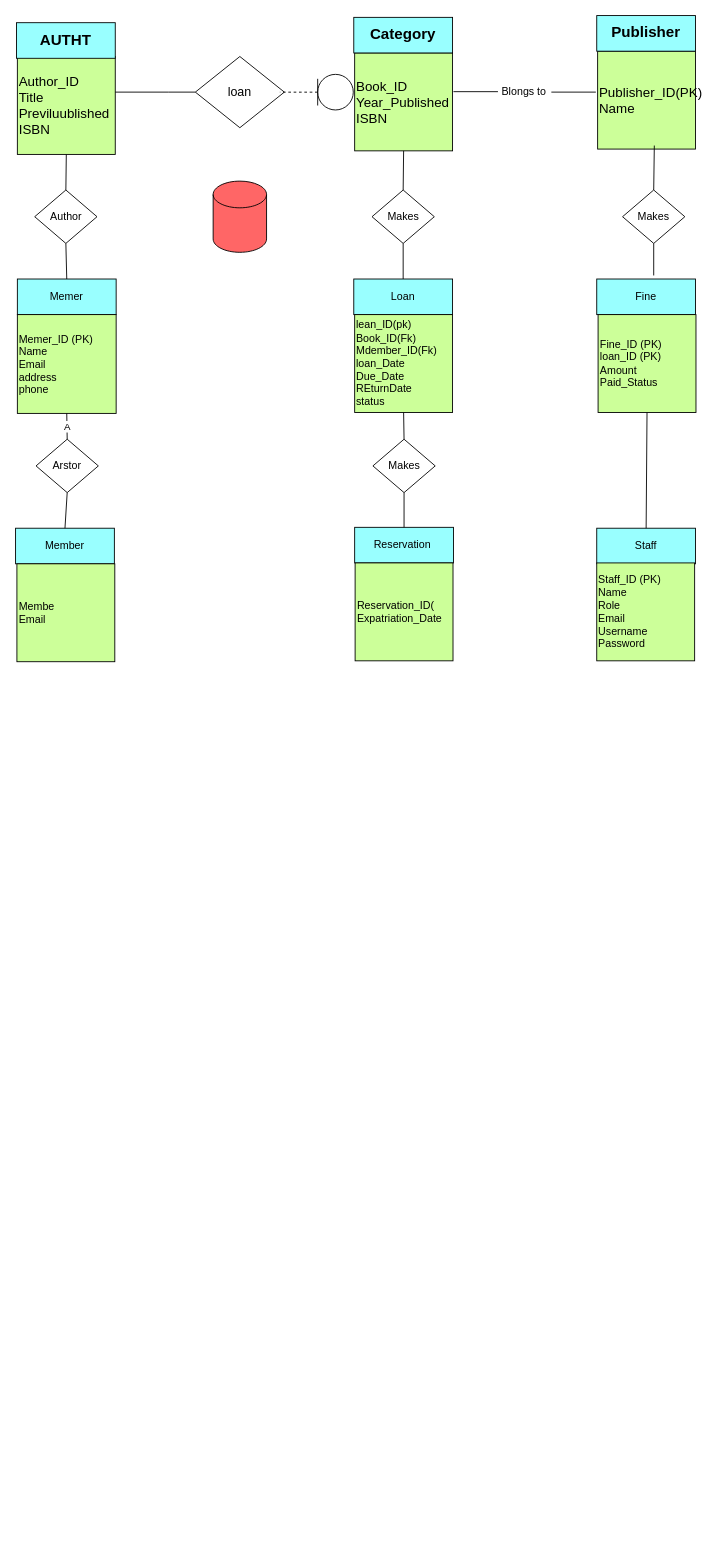
Earlier version of the draw.io diagram ER_Diagram-for-libarary-management-System.drawio (hussaini021/Library_management). Source tidied: cells renumbered, new cells numbered last; positions are measured from the earlier drawing's top-left corner, leaving out a move shared by most shapes. Both pictures are drawn from the tidied source at 89%, with x=0, y=0 at pixel (15, 15).
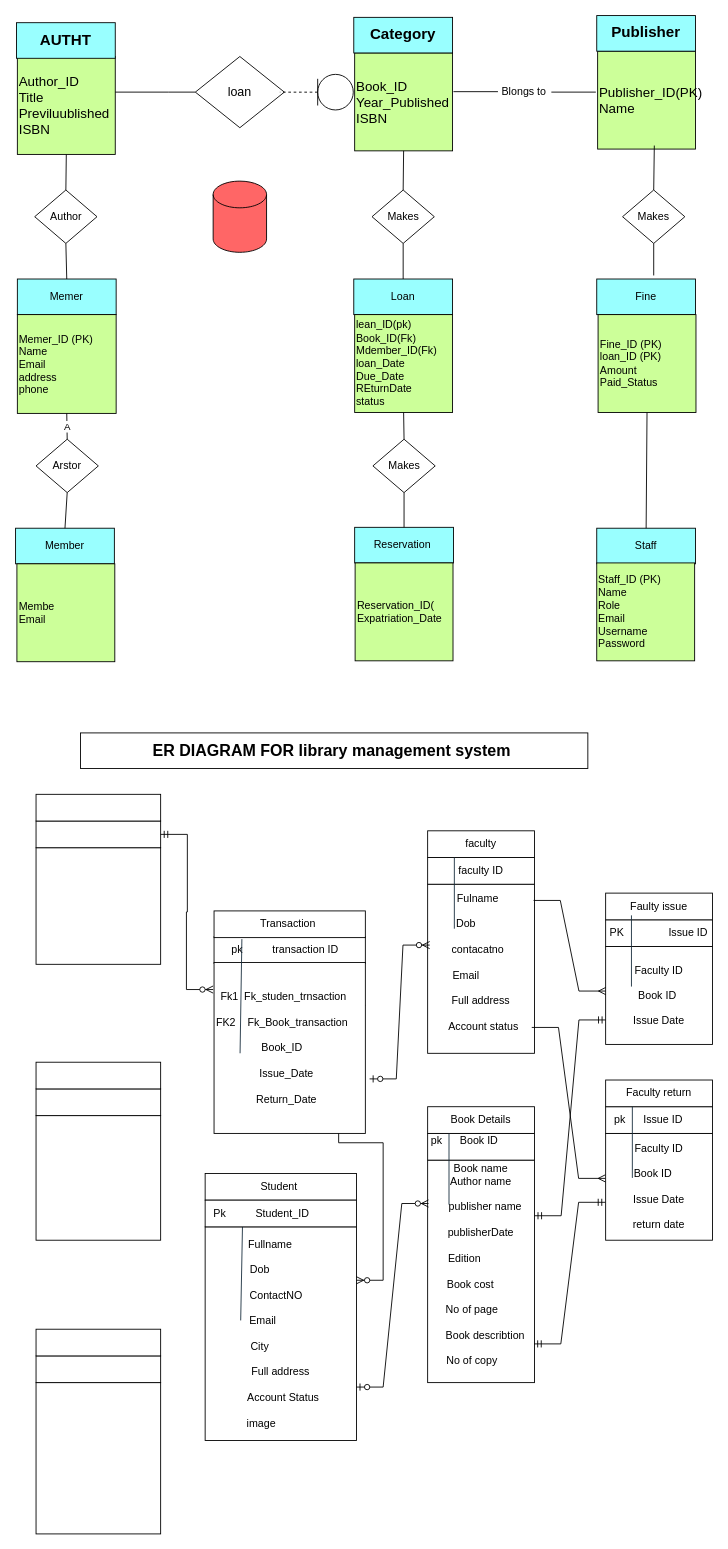
Above is the later version.

Diff of the diagram source:
```diff
@@
+    <mxCell id="43" value="Fulname&amp;nbsp;&amp;nbsp;&lt;div&gt;&amp;nbsp;&lt;div&gt;Dob&amp;nbsp; &amp;nbsp; &amp;nbsp; &amp;nbsp; &amp;nbsp;&amp;nbsp;&lt;/div&gt;&lt;div&gt;&amp;nbsp; &amp;nbsp; &amp;nbsp; &amp;nbsp;&amp;nbsp;&lt;/div&gt;&lt;div&gt;contacatno&amp;nbsp;&amp;nbsp;&lt;/div&gt;&lt;div&gt;&amp;nbsp;&amp;nbsp;&lt;/div&gt;&lt;div&gt;Email&amp;nbsp; &amp;nbsp; &amp;nbsp; &amp;nbsp; &amp;nbsp;&amp;nbsp;&lt;/div&gt;&lt;div&gt;&amp;nbsp; &amp;nbsp; &amp;nbsp; &amp;nbsp; &amp;nbsp;&amp;nbsp;&lt;/div&gt;&lt;div&gt;Full address&lt;/div&gt;&lt;div&gt;&amp;nbsp;&lt;/div&gt;&lt;div&gt;&amp;nbsp; Account status&lt;/div&gt;&lt;div&gt;&lt;br&gt;&lt;/div&gt;&lt;/div&gt;" style="rounded=0;whiteSpace=wrap;html=1;" parent="1" vertex="1">
+      <mxGeometry x="463" y="976" width="120" height="190" as="geometry" />
+    </mxCell>
+    <mxCell id="44" value="faculty ID" style="rounded=0;whiteSpace=wrap;html=1;" parent="1" vertex="1">
+      <mxGeometry x="463" y="946" width="120" height="30" as="geometry" />
+    </mxCell>
+    <mxCell id="45" value="faculty" style="rounded=0;whiteSpace=wrap;html=1;" parent="1" vertex="1">
+      <mxGeometry x="463" y="916" width="120" height="30" as="geometry" />
+    </mxCell>
+    <mxCell id="46" value="&lt;div&gt;&lt;br&gt;&lt;/div&gt;&lt;div&gt;Book name&lt;/div&gt;Author name&lt;div&gt;&lt;br&gt;&lt;div&gt;&amp;nbsp; &amp;nbsp;publisher name&lt;/div&gt;&lt;div&gt;&lt;br&gt;&lt;/div&gt;&lt;div&gt;publisherDate&lt;/div&gt;&lt;div&gt;&lt;br&gt;&lt;/div&gt;&lt;div&gt;Edition&amp;nbsp; &amp;nbsp; &amp;nbsp; &amp;nbsp; &amp;nbsp; &amp;nbsp;&lt;/div&gt;&lt;div&gt;&lt;br&gt;&lt;/div&gt;&lt;div&gt;Book cost&amp;nbsp; &amp;nbsp; &amp;nbsp; &amp;nbsp;&lt;/div&gt;&lt;div&gt;&lt;br&gt;&lt;/div&gt;&lt;div&gt;No of page&amp;nbsp; &amp;nbsp; &amp;nbsp;&amp;nbsp;&lt;/div&gt;&lt;div&gt;&lt;br&gt;&lt;/div&gt;&lt;div&gt;&amp;nbsp; &amp;nbsp;Book describtion&lt;/div&gt;&lt;div&gt;&lt;br&gt;&lt;/div&gt;&lt;div&gt;No of copy&amp;nbsp; &amp;nbsp; &amp;nbsp;&amp;nbsp;&lt;/div&gt;&lt;div&gt;&lt;br&gt;&lt;/div&gt;&lt;div&gt;&lt;br&gt;&lt;/div&gt;&lt;/div&gt;" style="rounded=0;whiteSpace=wrap;html=1;" parent="1" vertex="1">
+      <mxGeometry x="463" y="1286" width="120" height="250" as="geometry" />
+    </mxCell>
+    <mxCell id="47" value="pk&amp;nbsp; &amp;nbsp; &amp;nbsp; Book ID&amp;nbsp; &amp;nbsp; &amp;nbsp; &amp;nbsp; &amp;nbsp; &amp;nbsp; &amp;nbsp; &amp;nbsp;" style="rounded=0;whiteSpace=wrap;html=1;" parent="1" vertex="1">
+      <mxGeometry x="463" y="1256" width="120" height="30" as="geometry" />
+    </mxCell>
+    <mxCell id="48" value="Book Details" style="rounded=0;whiteSpace=wrap;html=1;" parent="1" vertex="1">
+      <mxGeometry x="463" y="1226" width="120" height="30" as="geometry" />
+    </mxCell>
+    <mxCell id="49" value="Faculty ID&lt;div&gt;&lt;br&gt;&lt;div&gt;Book ID&amp;nbsp;&lt;/div&gt;&lt;div&gt;&amp;nbsp;&amp;nbsp;&amp;nbsp;&lt;/div&gt;&lt;div&gt;Issue Date&lt;/div&gt;&lt;/div&gt;" style="rounded=0;whiteSpace=wrap;html=1;" parent="1" vertex="1">
+      <mxGeometry x="663" y="1046" width="120" height="110" as="geometry" />
+    </mxCell>
+    <mxCell id="50" value="PK&amp;nbsp; &amp;nbsp; &amp;nbsp; &amp;nbsp; &amp;nbsp; &amp;nbsp; &amp;nbsp; &amp;nbsp;Issue ID" style="rounded=0;whiteSpace=wrap;html=1;" parent="1" vertex="1">
+      <mxGeometry x="663" y="1016" width="120" height="30" as="geometry" />
+    </mxCell>
+    <mxCell id="51" value="Faulty issue" style="rounded=0;whiteSpace=wrap;html=1;" parent="1" vertex="1">
+      <mxGeometry x="663" y="986" width="120" height="30" as="geometry" />
+    </mxCell>
+    <mxCell id="52" value="Faculty ID&lt;div&gt;&lt;br&gt;&lt;div&gt;Book ID&amp;nbsp; &amp;nbsp;&amp;nbsp;&lt;/div&gt;&lt;div&gt;&lt;br&gt;&lt;/div&gt;&lt;div&gt;Issue Date&lt;/div&gt;&lt;div&gt;&lt;br&gt;&lt;/div&gt;&lt;div&gt;return date&lt;/div&gt;&lt;/div&gt;" style="rounded=0;whiteSpace=wrap;html=1;" parent="1" vertex="1">
+      <mxGeometry x="663" y="1256" width="120" height="120" as="geometry" />
+    </mxCell>
+    <mxCell id="53" value="pk&amp;nbsp; &amp;nbsp; &amp;nbsp; Issue ID&amp;nbsp; &amp;nbsp; &amp;nbsp; &amp;nbsp;" style="rounded=0;whiteSpace=wrap;html=1;" parent="1" vertex="1">
+      <mxGeometry x="663" y="1226" width="120" height="30" as="geometry" />
+    </mxCell>
+    <mxCell id="54" value="Faculty return" style="rounded=0;whiteSpace=wrap;html=1;" parent="1" vertex="1">
+      <mxGeometry x="663" y="1196" width="120" height="30" as="geometry" />
+    </mxCell>
+    <mxCell id="55" style="edgeStyle=entityRelationEdgeStyle;fontSize=12;html=1;endArrow=ERmany;rounded=0;exitX=0.975;exitY=0.847;exitDx=0;exitDy=0;exitPerimeter=0;entryX=-0.003;entryY=0.421;entryDx=0;entryDy=0;entryPerimeter=0;" parent="1" edge="1" source="43" target="52">
+      <mxGeometry relative="1" as="geometry">
+        <Array as="points">
+          <mxPoint x="704.4" y="1349.2" />
+          <mxPoint x="754" y="1231.5" />
+          <mxPoint x="474" y="1211.5" />
+          <mxPoint x="584" y="1191.5" />
+          <mxPoint x="454" y="1211.5" />
+          <mxPoint x="754" y="1241.5" />
+          <mxPoint x="924" y="1291.5" />
+          <mxPoint x="714" y="1231.5" />
+          <mxPoint x="674.4" y="1289.2" />
+          <mxPoint x="684.4" y="1279.2" />
+          <mxPoint x="694.4" y="1321.2" />
+          <mxPoint x="694.4" y="1349.2" />
+          <mxPoint x="694.4" y="1349.2" />
+        </Array>
+      </mxGeometry>
+    </mxCell>
+    <mxCell id="56" style="edgeStyle=entityRelationEdgeStyle;fontSize=12;html=1;endArrow=ERmandOne;startArrow=ERmandOne;rounded=0;exitX=0.997;exitY=0.826;exitDx=0;exitDy=0;exitPerimeter=0;entryX=-0.003;entryY=0.645;entryDx=0;entryDy=0;entryPerimeter=0;" parent="1" edge="1" source="46" target="52">
+      <mxGeometry relative="1" as="geometry">
+        <Array as="points">
+          <mxPoint x="633" y="1436" />
+        </Array>
+      </mxGeometry>
+    </mxCell>
+    <mxCell id="57" style="edgeStyle=entityRelationEdgeStyle;fontSize=12;html=1;endArrow=ERmandOne;startArrow=ERmandOne;rounded=0;exitX=1;exitY=0.25;exitDx=0;exitDy=0;entryX=0;entryY=0.75;entryDx=0;entryDy=0;" parent="1" edge="1" source="46" target="49">
+      <mxGeometry relative="1" as="geometry">
+        <Array as="points">
+          <mxPoint x="633" y="1249" />
+          <mxPoint x="623" y="1159" />
+        </Array>
+      </mxGeometry>
+    </mxCell>
+    <mxCell id="58" value="pk&amp;nbsp; &amp;nbsp; &amp;nbsp; &amp;nbsp; &amp;nbsp; transaction ID&amp;nbsp; &amp;nbsp;" style="rounded=0;whiteSpace=wrap;html=1;" parent="1" vertex="1">
+      <mxGeometry x="223" y="1035" width="170" height="30" as="geometry" />
+    </mxCell>
+    <mxCell id="59" value="Transaction&amp;nbsp;" style="rounded=0;whiteSpace=wrap;html=1;" parent="1" vertex="1">
+      <mxGeometry x="223" y="1006" width="170" height="30" as="geometry" />
+    </mxCell>
+    <mxCell id="60" value="Fullname&amp;nbsp; &amp;nbsp; &amp;nbsp; &amp;nbsp;&lt;div&gt;&lt;br&gt;&lt;div&gt;Dob&amp;nbsp; &amp;nbsp; &amp;nbsp; &amp;nbsp; &amp;nbsp; &amp;nbsp; &amp;nbsp;&amp;nbsp;&lt;/div&gt;&lt;div&gt;&lt;br&gt;&lt;/div&gt;&lt;div&gt;ContactNO&amp;nbsp; &amp;nbsp;&lt;/div&gt;&lt;div&gt;&lt;br&gt;&lt;/div&gt;&lt;div&gt;Email&amp;nbsp; &amp;nbsp; &amp;nbsp; &amp;nbsp; &amp;nbsp; &amp;nbsp;&amp;nbsp;&lt;/div&gt;&lt;div&gt;&lt;br&gt;&lt;/div&gt;&lt;div&gt;City&amp;nbsp; &amp;nbsp; &amp;nbsp; &amp;nbsp; &amp;nbsp; &amp;nbsp; &amp;nbsp;&amp;nbsp;&lt;/div&gt;&lt;div&gt;&amp;nbsp;&lt;/div&gt;&lt;div&gt;Full address&lt;/div&gt;&lt;div&gt;&lt;br&gt;&lt;/div&gt;&lt;div&gt;&amp;nbsp; Account Status&lt;/div&gt;&lt;div&gt;&lt;br&gt;&lt;/div&gt;&lt;div&gt;image&amp;nbsp; &amp;nbsp; &amp;nbsp; &amp;nbsp; &amp;nbsp; &amp;nbsp; &amp;nbsp;&lt;/div&gt;&lt;/div&gt;" style="rounded=0;whiteSpace=wrap;html=1;" parent="1" vertex="1">
+      <mxGeometry x="213" y="1361" width="170" height="240" as="geometry" />
+    </mxCell>
+    <mxCell id="61" value="Student&amp;nbsp;" style="rounded=0;whiteSpace=wrap;html=1;" parent="1" vertex="1">
+      <mxGeometry x="213" y="1301" width="170" height="30" as="geometry" />
+    </mxCell>
+    <mxCell id="62" style="edgeStyle=entityRelationEdgeStyle;fontSize=12;html=1;endArrow=ERmany;rounded=0;exitX=0.992;exitY=0.096;exitDx=0;exitDy=0;exitPerimeter=0;entryX=0;entryY=0.455;entryDx=0;entryDy=0;entryPerimeter=0;" parent="1" edge="1" source="43" target="49">
+      <mxGeometry relative="1" as="geometry">
+        <Array as="points">
+          <mxPoint x="704.4" y="1160.7" />
+          <mxPoint x="754" y="1043" />
+          <mxPoint x="474" y="1023" />
+          <mxPoint x="584" y="1003" />
+          <mxPoint x="454" y="1023" />
+          <mxPoint x="754" y="1053" />
+          <mxPoint x="924" y="1103" />
+          <mxPoint x="714" y="1043" />
+          <mxPoint x="674.4" y="1100.7" />
+          <mxPoint x="684.4" y="1090.7" />
+          <mxPoint x="694.4" y="1132.7" />
+          <mxPoint x="694.4" y="1160.7" />
+          <mxPoint x="694.4" y="1160.7" />
+        </Array>
+      </mxGeometry>
+    </mxCell>
+    <mxCell id="63" style="edgeStyle=entityRelationEdgeStyle;fontSize=12;html=1;endArrow=ERzeroToMany;startArrow=ERzeroToOne;rounded=0;entryX=0.019;entryY=0.36;entryDx=0;entryDy=0;entryPerimeter=0;exitX=1.028;exitY=0.681;exitDx=0;exitDy=0;exitPerimeter=0;" parent="1" edge="1" source="83" target="43">
+      <mxGeometry relative="1" as="geometry" />
+    </mxCell>
+    <mxCell id="64" style="edgeStyle=entityRelationEdgeStyle;fontSize=12;html=1;endArrow=ERzeroToMany;startArrow=ERmandOne;rounded=0;entryX=1;entryY=0.25;entryDx=0;entryDy=0;exitX=1;exitY=0.25;exitDx=0;exitDy=0;" parent="1" edge="1" source="83" target="60">
+      <mxGeometry relative="1" as="geometry">
+        <Array as="points">
+          <mxPoint x="431" y="1256" />
+        </Array>
+      </mxGeometry>
+    </mxCell>
+    <mxCell id="65" style="edgeStyle=entityRelationEdgeStyle;fontSize=12;html=1;endArrow=ERzeroToMany;startArrow=ERzeroToOne;rounded=0;entryX=0.008;entryY=0.195;entryDx=0;entryDy=0;entryPerimeter=0;exitX=1;exitY=0.75;exitDx=0;exitDy=0;" parent="1" edge="1" source="60" target="46">
+      <mxGeometry relative="1" as="geometry" />
+    </mxCell>
+    <mxCell id="66" style="rounded=0;whiteSpace=wrap;html=1;" parent="1" vertex="1">
+      <mxGeometry x="23" y="935" width="140" height="131" as="geometry" />
+    </mxCell>
+    <mxCell id="67" style="rounded=0;whiteSpace=wrap;html=1;" parent="1" vertex="1">
+      <mxGeometry x="23" y="905" width="140" height="30" as="geometry" />
+    </mxCell>
+    <mxCell id="68" style="rounded=0;whiteSpace=wrap;html=1;" parent="1" vertex="1">
+      <mxGeometry x="23" y="875" width="140" height="30" as="geometry" />
+    </mxCell>
+    <mxCell id="69" style="edgeStyle=entityRelationEdgeStyle;fontSize=12;html=1;endArrow=ERzeroToMany;startArrow=ERmandOne;rounded=0;exitX=1;exitY=0.5;exitDx=0;exitDy=0;entryX=-0.006;entryY=0.158;entryDx=0;entryDy=0;entryPerimeter=0;" parent="1" edge="1" source="67" target="83">
+      <mxGeometry relative="1" as="geometry" />
+    </mxCell>
+    <mxCell id="70" style="rounded=0;whiteSpace=wrap;html=1;" parent="1" vertex="1">
+      <mxGeometry x="23" y="1236" width="140" height="140" as="geometry" />
+    </mxCell>
+    <mxCell id="71" style="rounded=0;whiteSpace=wrap;html=1;" parent="1" vertex="1">
+      <mxGeometry x="23" y="1206" width="140" height="30" as="geometry" />
+    </mxCell>
+    <mxCell id="72" style="rounded=0;whiteSpace=wrap;html=1;" parent="1" vertex="1">
+      <mxGeometry x="23" y="1176" width="140" height="30" as="geometry" />
+    </mxCell>
+    <mxCell id="73" style="rounded=0;whiteSpace=wrap;html=1;" parent="1" vertex="1">
+      <mxGeometry x="23" y="1536" width="140" height="170" as="geometry" />
+    </mxCell>
+    <mxCell id="74" style="rounded=0;whiteSpace=wrap;html=1;" parent="1" vertex="1">
+      <mxGeometry x="23" y="1506" width="140" height="30" as="geometry" />
+    </mxCell>
+    <mxCell id="75" style="rounded=0;whiteSpace=wrap;html=1;" parent="1" vertex="1">
+      <mxGeometry x="23" y="1476" width="140" height="30" as="geometry" />
+    </mxCell>
+    <mxCell id="76" value="&lt;b&gt;&lt;font style=&quot;font-size: 18px;&quot;&gt;ER DIAGRAM FOR library management system&amp;nbsp;&lt;/font&gt;&lt;/b&gt;" style="rounded=0;whiteSpace=wrap;html=1;" parent="1" vertex="1">
+      <mxGeometry x="73" y="806" width="570" height="40" as="geometry" />
+    </mxCell>
+    <mxCell id="77" style="endArrow=none;html=1;rounded=0;strokeColor=#182E3E;fontColor=#1A1A1A;exitX=0.25;exitY=0.263;exitDx=0;exitDy=0;exitPerimeter=0;" parent="1" edge="1" source="43">
+      <mxGeometry relative="1" as="geometry">
+        <mxPoint x="493" y="946" as="targetPoint" />
+        <Array as="points">
+          <mxPoint x="493" y="946" />
+        </Array>
+      </mxGeometry>
+    </mxCell>
+    <mxCell id="78" style="endArrow=none;html=1;rounded=0;strokeColor=#182E3E;fontColor=#1A1A1A;exitX=0.25;exitY=0.263;exitDx=0;exitDy=0;exitPerimeter=0;" parent="1" edge="1">
+      <mxGeometry relative="1" as="geometry">
+        <mxPoint x="487" y="1336" as="sourcePoint" />
+        <mxPoint x="487" y="1256" as="targetPoint" />
+        <Array as="points">
+          <mxPoint x="487" y="1256" />
+        </Array>
+      </mxGeometry>
+    </mxCell>
+    <mxCell id="79" style="endArrow=none;html=1;rounded=0;strokeColor=#182E3E;fontColor=#1A1A1A;exitX=0.25;exitY=0.263;exitDx=0;exitDy=0;exitPerimeter=0;" parent="1" edge="1">
+      <mxGeometry relative="1" as="geometry">
+        <mxPoint x="692" y="1091" as="sourcePoint" />
+        <mxPoint x="692" y="1011" as="targetPoint" />
+        <Array as="points">
+          <mxPoint x="692" y="1011" />
+        </Array>
+      </mxGeometry>
+    </mxCell>
+    <mxCell id="80" style="endArrow=none;html=1;rounded=0;strokeColor=#182E3E;fontColor=#1A1A1A;exitX=0.25;exitY=0.263;exitDx=0;exitDy=0;exitPerimeter=0;" parent="1" edge="1">
+      <mxGeometry relative="1" as="geometry">
+        <mxPoint x="693" y="1306" as="sourcePoint" />
+        <mxPoint x="693" y="1226" as="targetPoint" />
+        <Array as="points">
+          <mxPoint x="693" y="1226" />
+        </Array>
+      </mxGeometry>
+    </mxCell>
+    <mxCell id="81" style="endArrow=none;html=1;rounded=0;strokeColor=#182E3E;fontColor=#1A1A1A;" parent="1" edge="1" source="83">
+      <mxGeometry relative="1" as="geometry">
+        <mxPoint x="313" y="1186" as="targetPoint" />
+      </mxGeometry>
+    </mxCell>
+    <mxCell id="82" style="endArrow=none;html=1;rounded=0;strokeColor=#182E3E;fontColor=#1A1A1A;" parent="1" edge="1" target="83">
+      <mxGeometry relative="1" as="geometry">
+        <mxPoint x="263" y="1236" as="sourcePoint" />
+      </mxGeometry>
+    </mxCell>
+    <mxCell id="83" value="Fk1&amp;nbsp; Fk_studen_trnsaction&amp;nbsp; &amp;nbsp;&amp;nbsp;&lt;div&gt;&lt;br&gt;&lt;div&gt;FK2&amp;nbsp; &amp;nbsp; Fk_Book_transaction&amp;nbsp; &amp;nbsp; &amp;nbsp;&lt;/div&gt;&lt;div&gt;&lt;br&gt;&lt;/div&gt;&lt;div&gt;Book_ID&amp;nbsp; &amp;nbsp; &amp;nbsp;&lt;/div&gt;&lt;div&gt;&lt;br&gt;&lt;/div&gt;&lt;div&gt;Issue_Date&amp;nbsp;&amp;nbsp;&lt;/div&gt;&lt;div&gt;&amp;nbsp; &amp;nbsp;&amp;nbsp;&lt;/div&gt;&lt;div&gt;Return_Date&amp;nbsp;&amp;nbsp;&lt;/div&gt;&lt;/div&gt;" style="rounded=0;whiteSpace=wrap;html=1;" parent="1" vertex="1">
+      <mxGeometry x="223" y="1064" width="170" height="192" as="geometry" />
+    </mxCell>
+    <mxCell id="84" style="endArrow=none;html=1;rounded=0;strokeColor=#182E3E;fontColor=#1A1A1A;entryX=0.184;entryY=0.089;entryDx=0;entryDy=0;entryPerimeter=0;exitX=0.172;exitY=0.531;exitDx=0;exitDy=0;exitPerimeter=0;" parent="1" edge="1" source="83" target="58">
+      <mxGeometry relative="1" as="geometry" />
+    </mxCell>
+    <mxCell id="85" style="endArrow=none;html=1;rounded=0;strokeColor=#182E3E;fontColor=#1A1A1A;exitX=0.25;exitY=0;exitDx=0;exitDy=0;entryX=0.235;entryY=0.438;entryDx=0;entryDy=0;entryPerimeter=0;" parent="1" edge="1" source="87" target="60">
+      <mxGeometry relative="1" as="geometry" />
+    </mxCell>
+    <mxCell id="86" style="edgeStyle=orthogonalEdgeStyle;rounded=0;jettySize=auto;html=1;exitX=0.25;exitY=1;exitDx=0;exitDy=0;entryX=0.25;entryY=1;entryDx=0;entryDy=0;strokeColor=#182E3E;fontColor=#1A1A1A;" parent="1" edge="1" source="87" target="61">
+      <mxGeometry relative="1" as="geometry" />
+    </mxCell>
+    <mxCell id="87" value="Pk&amp;nbsp; &amp;nbsp; &amp;nbsp; &amp;nbsp; &amp;nbsp; Student_ID&amp;nbsp; &amp;nbsp; &amp;nbsp; &amp;nbsp; &amp;nbsp; &amp;nbsp; &amp;nbsp;" style="rounded=0;whiteSpace=wrap;html=1;" parent="1" vertex="1">
+      <mxGeometry x="213" y="1331" width="170" height="30" as="geometry" />
+    </mxCell>
```
